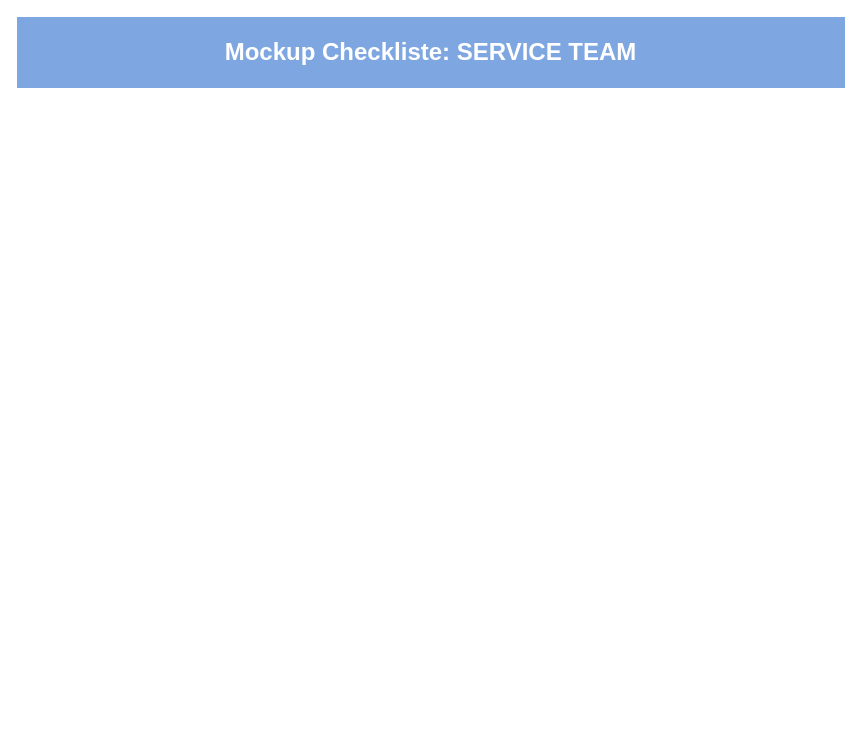
Before: Unbenanntes Diagramm.drawio in melanietreitinger/buchungstool, a draw.io diagram. Source tidied: cells renumbered, new cells numbered last; positions are measured from the earlier drawing's top-left corner, leaving out a move shared by most shapes. Both pictures are drawn from the tidied source at 100%, with x=0, y=0 at pixel (17, 17).
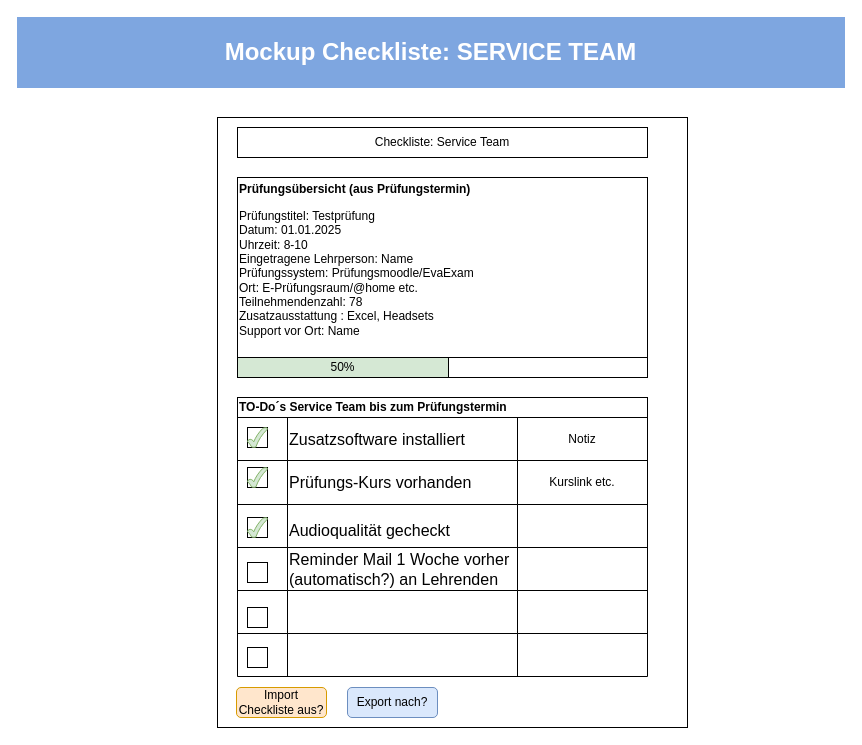
The same page after the edit.

What changed in the source:
```diff
@@
+    <mxCell id="3" style="rounded=0;whiteSpace=wrap;html=1;" parent="1" vertex="1">
+      <mxGeometry x="200" y="100" width="470" height="610" as="geometry" />
+    </mxCell>
+    <mxCell id="4" value="Checkliste: Service Team" style="rounded=0;whiteSpace=wrap;html=1;" parent="1" vertex="1">
+      <mxGeometry x="220" y="110" width="410" height="30" as="geometry" />
+    </mxCell>
+    <mxCell id="5" value="&lt;p class=&quot;MsoNormal&quot;&gt;&lt;b style=&quot;mso-bidi-font-weight:normal&quot;&gt;&lt;font face=&quot;omEwTt3iOOV243laJ29D&quot;&gt;Prüfungsübersicht (aus Prüfungstermin)&lt;/font&gt;&lt;/b&gt;&lt;/p&gt;&lt;p class=&quot;MsoNormal&quot;&gt;&lt;font face=&quot;omEwTt3iOOV243laJ29D&quot;&gt;Prüfungstitel: Testprüfung&lt;br&gt;&lt;/font&gt;&lt;span style=&quot;font-family: omEwTt3iOOV243laJ29D; background-color: initial;&quot;&gt;Datum: 01.01.2025&lt;br&gt;&lt;/span&gt;&lt;span style=&quot;font-family: omEwTt3iOOV243laJ29D; background-color: initial;&quot;&gt;Uhrzeit: 8-10&lt;br&gt;&lt;/span&gt;&lt;span style=&quot;font-family: omEwTt3iOOV243laJ29D; background-color: initial;&quot;&gt;Eingetragene Lehrperson: Name&lt;br&gt;&lt;/span&gt;&lt;span style=&quot;font-family: omEwTt3iOOV243laJ29D; background-color: initial;&quot;&gt;Prüfungssystem: Prüfungsmoodle/EvaExam&lt;br&gt;&lt;/span&gt;&lt;span style=&quot;font-family: omEwTt3iOOV243laJ29D; background-color: initial;&quot;&gt;Ort: E-Prüfungsraum/@home etc.&lt;br&gt;&lt;/span&gt;&lt;span style=&quot;background-color: initial; font-family: omEwTt3iOOV243laJ29D;&quot;&gt;Teilnehmendenzahl: 78&lt;br&gt;&lt;/span&gt;&lt;span style=&quot;background-color: initial; font-family: omEwTt3iOOV243laJ29D;&quot;&gt;Zusatzausstattung : Excel, Headsets&lt;br&gt;&lt;/span&gt;&lt;span style=&quot;background-color: initial; font-family: omEwTt3iOOV243laJ29D;&quot;&gt;Support vor Ort: Name&lt;/span&gt;&lt;/p&gt;&lt;div&gt;&lt;br&gt;&lt;/div&gt;" style="rounded=0;whiteSpace=wrap;html=1;align=left;" parent="1" vertex="1">
+      <mxGeometry x="220" y="160" width="410" height="180" as="geometry" />
+    </mxCell>
+    <mxCell id="6" style="shape=table;startSize=0;childLayout=tableLayout;align=left;" parent="1" vertex="1">
+      <mxGeometry x="220" y="400" width="410" height="259" as="geometry" />
+    </mxCell>
+    <mxCell id="7" style="shape=tableRow;horizontal=0;startSize=0;swimlaneHead=0;swimlaneBody=0;strokeColor=inherit;top=0;left=0;bottom=0;right=0;fillColor=none;align=left;" parent="6" vertex="1">
+      <mxGeometry width="410" height="43" as="geometry" />
+    </mxCell>
+    <mxCell id="8" style="shape=partialRectangle;html=1;whiteSpace=wrap;strokeColor=inherit;overflow=hidden;fillColor=none;top=0;left=0;bottom=0;right=0;" parent="7" vertex="1">
+      <mxGeometry width="50" height="43" as="geometry" />
+    </mxCell>
+    <mxCell id="9" value="&lt;span style=&quot;font-size:12.0pt;font-family:Akkurat-Light;&lt;br/&gt;mso-fareast-font-family:&amp;quot;Times New Roman&amp;quot;;mso-fareast-theme-font:minor-fareast;&lt;br/&gt;mso-bidi-font-family:&amp;quot;Times New Roman&amp;quot;;mso-ansi-language:DE;mso-fareast-language:&lt;br/&gt;DE;mso-bidi-language:AR-SA&quot;&gt;Zusatzsoftware installiert&lt;/span&gt;" style="shape=partialRectangle;html=1;whiteSpace=wrap;strokeColor=inherit;overflow=hidden;fillColor=none;top=0;left=0;bottom=0;right=0;align=left;" parent="7" vertex="1">
+      <mxGeometry x="50" width="230" height="43" as="geometry" />
+    </mxCell>
+    <mxCell id="10" value="Notiz" style="shape=partialRectangle;html=1;whiteSpace=wrap;strokeColor=inherit;overflow=hidden;fillColor=none;top=0;left=0;bottom=0;right=0;" parent="7" vertex="1">
+      <mxGeometry x="280" width="130" height="43" as="geometry" />
+    </mxCell>
+    <mxCell id="11" style="shape=tableRow;horizontal=0;startSize=0;swimlaneHead=0;swimlaneBody=0;strokeColor=inherit;top=0;left=0;bottom=0;right=0;fillColor=none;" parent="6" vertex="1">
+      <mxGeometry y="43" width="410" height="44" as="geometry" />
+    </mxCell>
+    <mxCell id="12" style="shape=partialRectangle;html=1;whiteSpace=wrap;strokeColor=inherit;overflow=hidden;fillColor=none;top=0;left=0;bottom=0;right=0;" parent="11" vertex="1">
+      <mxGeometry width="50" height="44" as="geometry" />
+    </mxCell>
+    <mxCell id="13" value="&lt;span style=&quot;font-size:12.0pt;font-family:Akkurat-Light;&lt;br/&gt;mso-fareast-font-family:&amp;quot;Times New Roman&amp;quot;;mso-fareast-theme-font:minor-fareast;&lt;br/&gt;mso-bidi-font-family:&amp;quot;Times New Roman&amp;quot;;mso-ansi-language:DE;mso-fareast-language:&lt;br/&gt;DE;mso-bidi-language:AR-SA&quot;&gt;Prüfungs-Kurs vorhanden&lt;/span&gt;" style="shape=partialRectangle;html=1;whiteSpace=wrap;strokeColor=inherit;overflow=hidden;fillColor=none;top=0;left=0;bottom=0;right=0;align=left;" parent="11" vertex="1">
+      <mxGeometry x="50" width="230" height="44" as="geometry" />
+    </mxCell>
+    <mxCell id="14" value="Kurslink etc." style="shape=partialRectangle;html=1;whiteSpace=wrap;strokeColor=inherit;overflow=hidden;fillColor=none;top=0;left=0;bottom=0;right=0;" parent="11" vertex="1">
+      <mxGeometry x="280" width="130" height="44" as="geometry" />
+    </mxCell>
+    <mxCell id="15" style="shape=tableRow;horizontal=0;startSize=0;swimlaneHead=0;swimlaneBody=0;strokeColor=inherit;top=0;left=0;bottom=0;right=0;fillColor=none;" parent="6" vertex="1">
+      <mxGeometry y="87" width="410" height="43" as="geometry" />
+    </mxCell>
+    <mxCell id="16" style="shape=partialRectangle;html=1;whiteSpace=wrap;strokeColor=inherit;overflow=hidden;fillColor=none;top=0;left=0;bottom=0;right=0;" parent="15" vertex="1">
+      <mxGeometry width="50" height="43" as="geometry" />
+    </mxCell>
+    <mxCell id="17" value="&#10;&lt;span style=&quot;font-size:12.0pt;font-family:Akkurat-Light;&#10;mso-fareast-font-family:&amp;quot;Times New Roman&amp;quot;;mso-fareast-theme-font:minor-fareast;&#10;mso-bidi-font-family:&amp;quot;Times New Roman&amp;quot;;mso-ansi-language:DE;mso-fareast-language:&#10;DE;mso-bidi-language:AR-SA&quot;&gt;Audioqualität gecheckt &lt;/span&gt;&#10;&#10;&#10;&#10;" style="shape=partialRectangle;html=1;whiteSpace=wrap;strokeColor=inherit;overflow=hidden;fillColor=none;top=0;left=0;bottom=0;right=0;align=left;" parent="15" vertex="1">
+      <mxGeometry x="50" width="230" height="43" as="geometry" />
+    </mxCell>
+    <mxCell id="18" style="shape=partialRectangle;html=1;whiteSpace=wrap;strokeColor=inherit;overflow=hidden;fillColor=none;top=0;left=0;bottom=0;right=0;" parent="15" vertex="1">
+      <mxGeometry x="280" width="130" height="43" as="geometry" />
+    </mxCell>
+    <mxCell id="19" style="shape=tableRow;horizontal=0;startSize=0;swimlaneHead=0;swimlaneBody=0;strokeColor=inherit;top=0;left=0;bottom=0;right=0;fillColor=none;" parent="6" vertex="1">
+      <mxGeometry y="130" width="410" height="43" as="geometry" />
+    </mxCell>
+    <mxCell id="20" style="shape=partialRectangle;html=1;whiteSpace=wrap;strokeColor=inherit;overflow=hidden;fillColor=none;top=0;left=0;bottom=0;right=0;" parent="19" vertex="1">
+      <mxGeometry width="50" height="43" as="geometry" />
+    </mxCell>
+    <mxCell id="21" value="&lt;span style=&quot;font-size:12.0pt;font-family:Akkurat-Light;&lt;br/&gt;mso-fareast-font-family:&amp;quot;Times New Roman&amp;quot;;mso-fareast-theme-font:minor-fareast;&lt;br/&gt;mso-bidi-font-family:&amp;quot;Times New Roman&amp;quot;;mso-ansi-language:DE;mso-fareast-language:&lt;br/&gt;DE;mso-bidi-language:AR-SA&quot;&gt;Reminder Mail 1 Woche vorher (automatisch?) an Lehrenden&lt;/span&gt;" style="shape=partialRectangle;html=1;whiteSpace=wrap;strokeColor=inherit;overflow=hidden;fillColor=none;top=0;left=0;bottom=0;right=0;align=left;" parent="19" vertex="1">
+      <mxGeometry x="50" width="230" height="43" as="geometry" />
+    </mxCell>
+    <mxCell id="22" style="shape=partialRectangle;html=1;whiteSpace=wrap;strokeColor=inherit;overflow=hidden;fillColor=none;top=0;left=0;bottom=0;right=0;" parent="19" vertex="1">
+      <mxGeometry x="280" width="130" height="43" as="geometry" />
+    </mxCell>
+    <mxCell id="23" style="shape=tableRow;horizontal=0;startSize=0;swimlaneHead=0;swimlaneBody=0;strokeColor=inherit;top=0;left=0;bottom=0;right=0;fillColor=none;" parent="6" vertex="1">
+      <mxGeometry y="173" width="410" height="43" as="geometry" />
+    </mxCell>
+    <mxCell id="24" style="shape=partialRectangle;html=1;whiteSpace=wrap;strokeColor=inherit;overflow=hidden;fillColor=none;top=0;left=0;bottom=0;right=0;" parent="23" vertex="1">
+      <mxGeometry width="50" height="43" as="geometry" />
+    </mxCell>
+    <mxCell id="25" style="shape=partialRectangle;html=1;whiteSpace=wrap;strokeColor=inherit;overflow=hidden;fillColor=none;top=0;left=0;bottom=0;right=0;align=left;horizontal=1;" parent="23" vertex="1">
+      <mxGeometry x="50" width="230" height="43" as="geometry" />
+    </mxCell>
+    <mxCell id="26" style="shape=partialRectangle;html=1;whiteSpace=wrap;strokeColor=inherit;overflow=hidden;fillColor=none;top=0;left=0;bottom=0;right=0;" parent="23" vertex="1">
+      <mxGeometry x="280" width="130" height="43" as="geometry" />
+    </mxCell>
+    <mxCell id="27" style="shape=tableRow;horizontal=0;startSize=0;swimlaneHead=0;swimlaneBody=0;strokeColor=inherit;top=0;left=0;bottom=0;right=0;fillColor=none;" parent="6" vertex="1">
+      <mxGeometry y="216" width="410" height="43" as="geometry" />
+    </mxCell>
+    <mxCell id="28" style="shape=partialRectangle;html=1;whiteSpace=wrap;strokeColor=inherit;overflow=hidden;fillColor=none;top=0;left=0;bottom=0;right=0;" parent="27" vertex="1">
+      <mxGeometry width="50" height="43" as="geometry" />
+    </mxCell>
+    <mxCell id="29" style="shape=partialRectangle;html=1;whiteSpace=wrap;strokeColor=inherit;overflow=hidden;fillColor=none;top=0;left=0;bottom=0;right=0;" parent="27" vertex="1">
+      <mxGeometry x="50" width="230" height="43" as="geometry" />
+    </mxCell>
+    <mxCell id="30" style="shape=partialRectangle;html=1;whiteSpace=wrap;strokeColor=inherit;overflow=hidden;fillColor=none;top=0;left=0;bottom=0;right=0;" parent="27" vertex="1">
+      <mxGeometry x="280" width="130" height="43" as="geometry" />
+    </mxCell>
+    <mxCell id="31" style="rounded=0;whiteSpace=wrap;html=1;" parent="1" vertex="1">
+      <mxGeometry x="220" y="340" width="410" height="20" as="geometry" />
+    </mxCell>
+    <mxCell id="32" value="50%" style="rounded=0;whiteSpace=wrap;html=1;strokeColor=default;fillColor=#D5E8D4;" parent="1" vertex="1">
+      <mxGeometry x="220" y="340" width="211" height="20" as="geometry" />
+    </mxCell>
+    <mxCell id="33" style="rounded=0;whiteSpace=wrap;html=1;" parent="1" vertex="1">
+      <mxGeometry x="230" y="410" width="20" height="20" as="geometry" />
+    </mxCell>
+    <mxCell id="34" style="verticalLabelPosition=bottom;verticalAlign=top;html=1;shape=mxgraph.basic.tick;fillColor=#d5e8d4;strokeColor=#82b366;" parent="1" vertex="1">
+      <mxGeometry x="230" y="410" width="20" height="20" as="geometry" />
+    </mxCell>
+    <mxCell id="35" style="rounded=0;whiteSpace=wrap;html=1;" parent="1" vertex="1">
+      <mxGeometry x="230" y="450" width="20" height="20" as="geometry" />
+    </mxCell>
+    <mxCell id="36" style="rounded=0;whiteSpace=wrap;html=1;" parent="1" vertex="1">
+      <mxGeometry x="230" y="500" width="20" height="20" as="geometry" />
+    </mxCell>
+    <mxCell id="37" style="rounded=0;whiteSpace=wrap;html=1;" parent="1" vertex="1">
+      <mxGeometry x="230" y="545" width="20" height="20" as="geometry" />
+    </mxCell>
+    <mxCell id="38" style="rounded=0;whiteSpace=wrap;html=1;" parent="1" vertex="1">
+      <mxGeometry x="230" y="590" width="20" height="20" as="geometry" />
+    </mxCell>
+    <mxCell id="39" style="rounded=0;whiteSpace=wrap;html=1;" parent="1" vertex="1">
+      <mxGeometry x="230" y="630" width="20" height="20" as="geometry" />
+    </mxCell>
+    <mxCell id="40" style="verticalLabelPosition=bottom;verticalAlign=top;html=1;shape=mxgraph.basic.tick;fillColor=#d5e8d4;strokeColor=#82b366;" parent="1" vertex="1">
+      <mxGeometry x="230" y="450" width="20" height="20" as="geometry" />
+    </mxCell>
+    <mxCell id="41" style="verticalLabelPosition=bottom;verticalAlign=top;html=1;shape=mxgraph.basic.tick;fillColor=#d5e8d4;strokeColor=#82b366;" parent="1" vertex="1">
+      <mxGeometry x="230" y="500" width="20" height="20" as="geometry" />
+    </mxCell>
+    <mxCell id="42" value="Export nach?" style="rounded=1;whiteSpace=wrap;html=1;fillColor=#dae8fc;strokeColor=#6c8ebf;" parent="1" vertex="1">
+      <mxGeometry x="330" y="670" width="90" height="30" as="geometry" />
+    </mxCell>
+    <mxCell id="43" value="Import Checkliste aus?" style="rounded=1;whiteSpace=wrap;html=1;fillColor=#ffe6cc;strokeColor=#d79b00;" parent="1" vertex="1">
+      <mxGeometry x="219" y="670" width="90" height="30" as="geometry" />
+    </mxCell>
+    <mxCell id="44" value="&lt;b&gt;TO-Do´s Service Team bis zum Prüfungstermin&lt;/b&gt;" style="rounded=0;whiteSpace=wrap;html=1;align=left;" parent="1" vertex="1">
+      <mxGeometry x="220" y="380" width="410" height="20" as="geometry" />
+    </mxCell>
```
